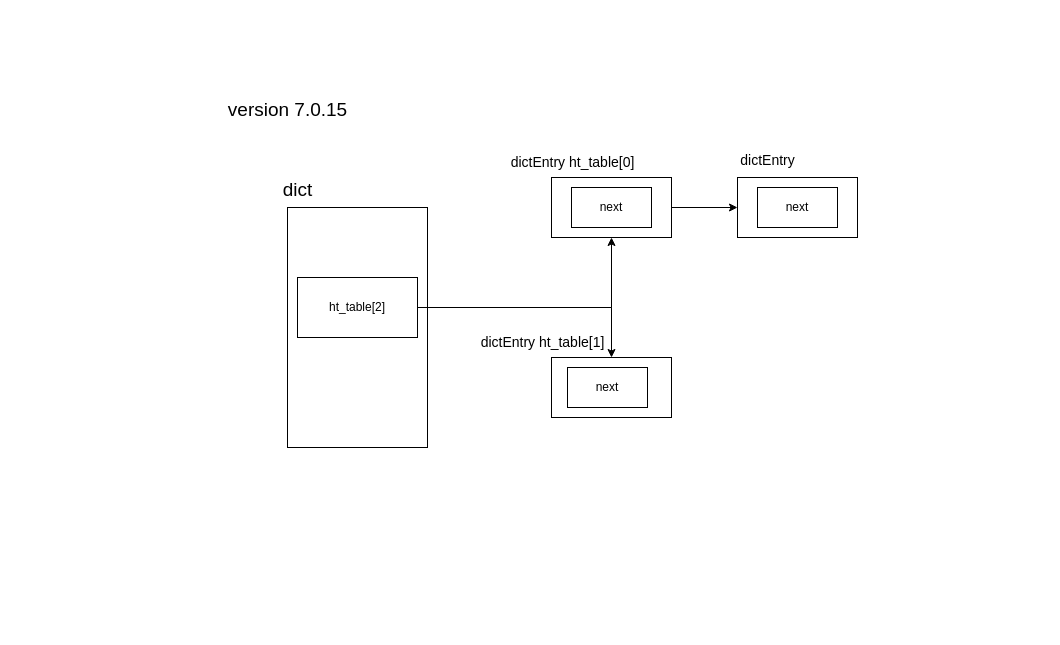
Before: redis.drawio in hlcgithub/draw, a draw.io diagram. Source tidied: cells renumbered, new cells numbered last; positions are measured from the earlier drawing's top-left corner, leaving out a move shared by most shapes. Both pictures are drawn from the tidied source at 100%, with x=0, y=0 at pixel (217, 90).
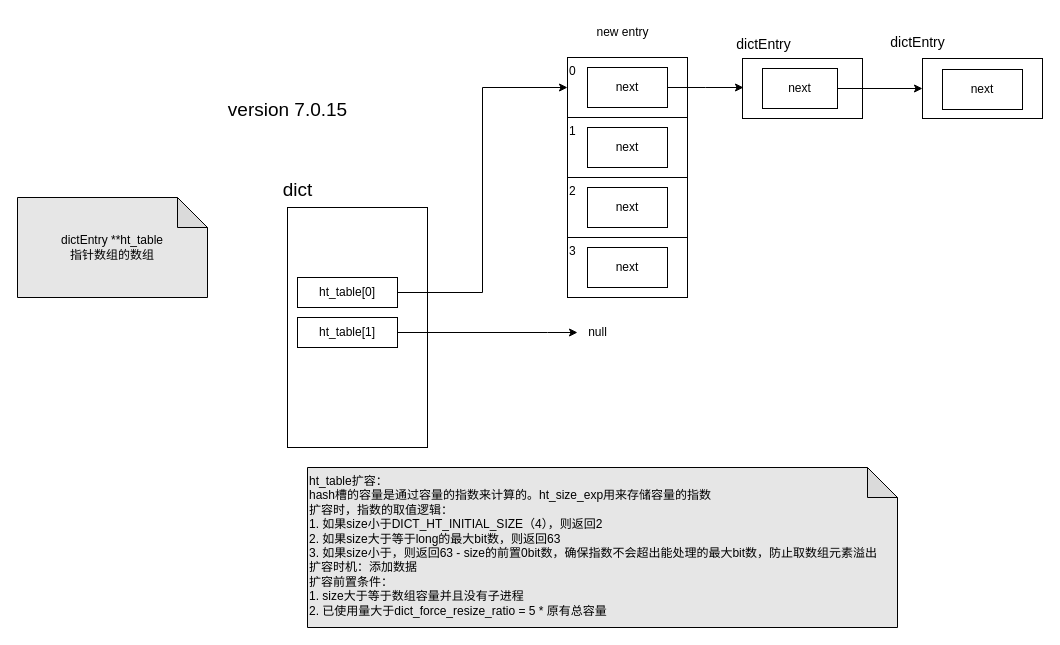
After the change.

Change to the diagram source:
```diff
@@
-    <mxCell id="4" style="edgeStyle=orthogonalEdgeStyle;rounded=0;jettySize=auto;html=1;" parent="1" edge="1" source="6" target="8">
-      <mxGeometry relative="1" as="geometry" />
-    </mxCell>
-    <mxCell id="5" style="edgeStyle=orthogonalEdgeStyle;rounded=0;jettySize=auto;html=1;entryX=0.5;entryY=0;entryDx=0;entryDy=0;" parent="1" edge="1" source="6" target="10">
+    <mxCell id="5" style="edgeStyle=orthogonalEdgeStyle;rounded=0;jettySize=auto;html=1;exitX=1;exitY=0.5;exitDx=0;exitDy=0;" parent="1" edge="1" source="20" target="21">
       <mxGeometry relative="1" as="geometry">
         <Array as="points">
-          <mxPoint x="394" y="217" />
+          <mxPoint x="330" y="242" />
         </Array>
       </mxGeometry>
     </mxCell>
+    <mxCell id="18" style="edgeStyle=orthogonalEdgeStyle;rounded=0;jettySize=auto;html=1;entryX=0;entryY=0.5;entryDx=0;entryDy=0;" parent="1" edge="1" source="6" target="23">
+      <mxGeometry relative="1" as="geometry" />
+    </mxCell>
-    <mxCell id="6" value="ht_table[2]" style="rounded=0;whiteSpace=wrap;html=1;" parent="1" vertex="1">
-      <mxGeometry x="80" y="187" width="120" height="60" as="geometry" />
+    <mxCell id="6" value="ht_table[0]" style="rounded=0;whiteSpace=wrap;html=1;" parent="1" vertex="1">
+      <mxGeometry x="80" y="187" width="100" height="30" as="geometry" />
     </mxCell>
-    <mxCell id="7" style="edgeStyle=orthogonalEdgeStyle;rounded=0;jettySize=auto;html=1;entryX=0;entryY=0.5;entryDx=0;entryDy=0;" parent="1" edge="1" source="8" target="14">
-      <mxGeometry relative="1" as="geometry" />
-    </mxCell>
     <mxCell id="8" style="whiteSpace=wrap;html=1;rounded=0;" parent="1" vertex="1">
-      <mxGeometry x="334" y="87" width="120" height="60" as="geometry" />
+      <mxGeometry x="525" y="-32" width="120" height="60" as="geometry" />
     </mxCell>
-    <mxCell id="9" value="dictEntry ht_table[0]" style="text;html=1;align=center;verticalAlign=middle;strokeColor=none;fillColor=none;fontSize=14;" parent="1" vertex="1">
-      <mxGeometry x="280" y="57" width="150" height="30" as="geometry" />
+    <mxCell id="9" value="dictEntry" style="text;html=1;align=center;verticalAlign=middle;strokeColor=none;fillColor=none;fontSize=14;" parent="1" vertex="1">
+      <mxGeometry x="506" y="-61" width="80" height="30" as="geometry" />
     </mxCell>
-    <mxCell id="10" style="whiteSpace=wrap;html=1;rounded=0;" parent="1" vertex="1">
-      <mxGeometry x="334" y="267" width="120" height="60" as="geometry" />
-    </mxCell>
-    <mxCell id="11" value="dictEntry&amp;nbsp;ht_table[1]" style="text;html=1;align=center;verticalAlign=middle;strokeColor=none;fillColor=none;fontSize=14;" parent="1" vertex="1">
-      <mxGeometry x="250" y="237" width="150" height="30" as="geometry" />
-    </mxCell>
+    <mxCell id="19" style="edgeStyle=orthogonalEdgeStyle;rounded=0;jettySize=auto;html=1;exitX=1;exitY=0.5;exitDx=0;exitDy=0;entryX=0;entryY=0.5;entryDx=0;entryDy=0;" parent="1" edge="1" source="12" target="14">
+      <mxGeometry relative="1" as="geometry" />
+    </mxCell>
     <mxCell id="12" value="next" style="whiteSpace=wrap;html=1;rounded=0;" parent="1" vertex="1">
-      <mxGeometry x="354" y="97" width="80" height="40" as="geometry" />
+      <mxGeometry x="545" y="-22" width="75" height="40" as="geometry" />
     </mxCell>
-    <mxCell id="13" value="next" style="whiteSpace=wrap;html=1;rounded=0;" parent="1" vertex="1">
-      <mxGeometry x="350" y="277" width="80" height="40" as="geometry" />
-    </mxCell>
     <mxCell id="14" style="whiteSpace=wrap;html=1;rounded=0;" parent="1" vertex="1">
-      <mxGeometry x="520" y="87" width="120" height="60" as="geometry" />
+      <mxGeometry x="705" y="-32" width="120" height="60" as="geometry" />
     </mxCell>
     <mxCell id="15" value="next" style="whiteSpace=wrap;html=1;rounded=0;" parent="1" vertex="1">
-      <mxGeometry x="540" y="97" width="80" height="40" as="geometry" />
+      <mxGeometry x="725" y="-21" width="80" height="40" as="geometry" />
     </mxCell>
     <mxCell id="16" value="&lt;span style=&quot;font-size: 14px;&quot;&gt;dictEntry&lt;/span&gt;" style="text;html=1;align=center;verticalAlign=middle;strokeColor=none;fillColor=none;" parent="1" vertex="1">
-      <mxGeometry x="510" y="55" width="80" height="30" as="geometry" />
+      <mxGeometry x="660" y="-63" width="80" height="30" as="geometry" />
     </mxCell>
@@
+    <mxCell id="20" value="ht_table[1]" style="rounded=0;whiteSpace=wrap;html=1;" parent="1" vertex="1">
+      <mxGeometry x="80" y="227" width="100" height="30" as="geometry" />
+    </mxCell>
+    <mxCell id="21" value="null" style="text;html=1;align=center;verticalAlign=middle;points=[];strokeColor=none;fillColor=none;" parent="1" vertex="1">
+      <mxGeometry x="360" y="227" width="40" height="30" as="geometry" />
+    </mxCell>
+    <mxCell id="22" value="dictEntry **ht_table&lt;div style=&quot;text-wrap-mode: nowrap;&quot;&gt;&lt;span style=&quot;text-wrap-mode: wrap;&quot;&gt;指针数组的数组&lt;/span&gt;&lt;/div&gt;" style="shape=note;whiteSpace=wrap;html=1;backgroundOutline=1;darkOpacity=0.05;fillColor=#E6E6E6;" parent="1" vertex="1">
+      <mxGeometry x="-200" y="107" width="190" height="100" as="geometry" />
+    </mxCell>
+    <mxCell id="23" value="0" style="whiteSpace=wrap;html=1;rounded=0;align=left;verticalAlign=top;" parent="1" vertex="1">
+      <mxGeometry x="350" y="-33" width="120" height="60" as="geometry" />
+    </mxCell>
+    <mxCell id="24" style="edgeStyle=orthogonalEdgeStyle;rounded=0;jettySize=auto;html=1;exitX=1;exitY=0.5;exitDx=0;exitDy=0;" parent="1" edge="1" source="25">
+      <mxGeometry relative="1" as="geometry">
+        <mxPoint x="526" y="-3" as="targetPoint" />
+      </mxGeometry>
+    </mxCell>
+    <mxCell id="25" value="next" style="whiteSpace=wrap;html=1;rounded=0;" parent="1" vertex="1">
+      <mxGeometry x="370" y="-23" width="80" height="40" as="geometry" />
+    </mxCell>
+    <mxCell id="26" value="new entry" style="text;html=1;align=center;verticalAlign=middle;strokeColor=none;fillColor=none;" parent="1" vertex="1">
+      <mxGeometry x="365" y="-73" width="80" height="30" as="geometry" />
+    </mxCell>
+    <mxCell id="27" value="ht_table扩容：&lt;div&gt;hash槽的容量是通过容量的指数来计算的。ht_size_exp用来存储容量的指数&lt;/div&gt;&lt;div&gt;扩容时，指数的取值逻辑：&lt;br&gt;&lt;div&gt;1. 如果size小于DICT_HT_INITIAL_SIZE（4），则返回2&lt;/div&gt;&lt;/div&gt;&lt;div&gt;2. 如果size大于等于long的最大bit数，则返回63&lt;/div&gt;&lt;div&gt;3. 如果size小于，则返回63 - size的前置0bit数，确保指数不会超出能处理的最大bit数，防止取数组元素溢出&lt;/div&gt;&lt;div&gt;扩容时机：添加数据&lt;/div&gt;&lt;div&gt;扩容前置条件：&lt;/div&gt;&lt;div&gt;1. size大于等于数组容量并且没有子进程&lt;/div&gt;&lt;div&gt;2. 已使用量大于dict_force_resize_ratio = 5 * 原有总容量&lt;/div&gt;" style="shape=note;whiteSpace=wrap;html=1;backgroundOutline=1;darkOpacity=0.05;fillColor=#E6E6E6;align=left;verticalAlign=top;" parent="1" vertex="1">
+      <mxGeometry x="90" y="377" width="590" height="160" as="geometry" />
+    </mxCell>
+    <mxCell id="28" value="1" style="whiteSpace=wrap;html=1;rounded=0;align=left;verticalAlign=top;" parent="1" vertex="1">
+      <mxGeometry x="350" y="27" width="120" height="60" as="geometry" />
+    </mxCell>
+    <mxCell id="29" value="next" style="whiteSpace=wrap;html=1;rounded=0;" parent="1" vertex="1">
+      <mxGeometry x="370" y="37" width="80" height="40" as="geometry" />
+    </mxCell>
+    <mxCell id="30" value="2" style="whiteSpace=wrap;html=1;rounded=0;align=left;verticalAlign=top;" parent="1" vertex="1">
+      <mxGeometry x="350" y="87" width="120" height="60" as="geometry" />
+    </mxCell>
+    <mxCell id="31" value="next" style="whiteSpace=wrap;html=1;rounded=0;" parent="1" vertex="1">
+      <mxGeometry x="370" y="97" width="80" height="40" as="geometry" />
+    </mxCell>
+    <mxCell id="32" value="3" style="whiteSpace=wrap;html=1;rounded=0;align=left;verticalAlign=top;" parent="1" vertex="1">
+      <mxGeometry x="350" y="147" width="120" height="60" as="geometry" />
+    </mxCell>
+    <mxCell id="33" value="next" style="whiteSpace=wrap;html=1;rounded=0;" parent="1" vertex="1">
+      <mxGeometry x="370" y="157" width="80" height="40" as="geometry" />
+    </mxCell>
```
